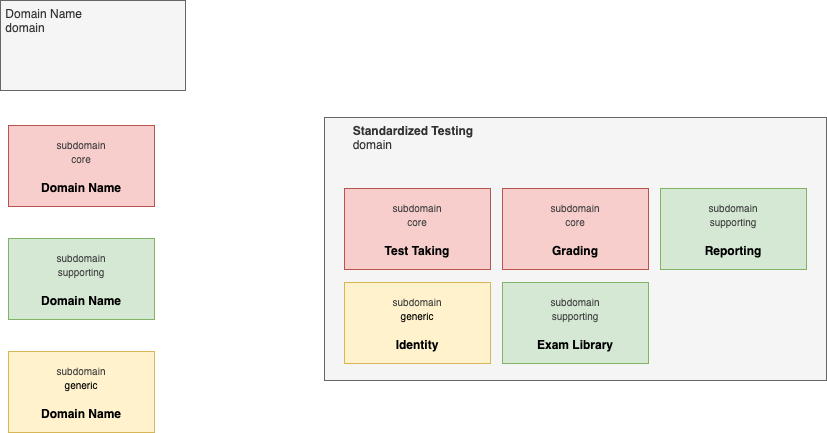
cooperlutz/go-full keeps this draw.io diagram as docs/docs/domain_modelling/_img/kata_subdomains.drawio.png. Above is the earlier version. Source tidied: cells renumbered, new cells last; positions are measured from the earlier drawing's top-left corner, leaving out a move shared by most shapes. Its diagram source:
```xml
<mxGraphModel>
  <root>
    <mxCell id="0" />
    <mxCell id="1" parent="0" />
    <mxCell id="2" value="&lt;b&gt;&lt;span style=&quot;white-space: pre;&quot;&gt;&#9;&lt;/span&gt;Standardized Testing&lt;/b&gt;&lt;div&gt;&lt;span style=&quot;white-space: pre;&quot;&gt;&#9;&lt;/span&gt;domain&lt;/div&gt;" style="rounded=0;whiteSpace=wrap;html=1;align=left;verticalAlign=top;fillColor=#f5f5f5;strokeColor=#666666;fontColor=#333333;" parent="1" vertex="1">
      <mxGeometry x="324" y="117" width="502" height="263" as="geometry" />
    </mxCell>
    <mxCell id="3" value="&lt;div&gt;&lt;span style=&quot;color: rgb(63, 63, 63);&quot;&gt;&lt;font style=&quot;font-size: 10px;&quot;&gt;subdomain&lt;/font&gt;&lt;/span&gt;&lt;/div&gt;&lt;div&gt;&lt;span style=&quot;color: rgb(63, 63, 63);&quot;&gt;&lt;font style=&quot;font-size: 10px;&quot;&gt;core&lt;/font&gt;&lt;/span&gt;&lt;/div&gt;&lt;div&gt;&lt;span style=&quot;color: rgb(63, 63, 63);&quot;&gt;&lt;br&gt;&lt;/span&gt;&lt;/div&gt;&lt;b&gt;Test Taking&lt;/b&gt;" style="rounded=0;whiteSpace=wrap;html=1;fillColor=#f8cecc;strokeColor=#b85450;" parent="1" vertex="1">
      <mxGeometry x="344" y="188" width="146" height="81" as="geometry" />
    </mxCell>
    <mxCell id="4" value="&lt;div&gt;&lt;span style=&quot;color: rgb(63, 63, 63);&quot;&gt;&lt;font style=&quot;font-size: 10px;&quot;&gt;subdomain&lt;/font&gt;&lt;/span&gt;&lt;/div&gt;&lt;div&gt;&lt;span style=&quot;color: rgb(63, 63, 63);&quot;&gt;&lt;font style=&quot;font-size: 10px;&quot;&gt;core&lt;/font&gt;&lt;/span&gt;&lt;/div&gt;&lt;div&gt;&lt;span style=&quot;color: rgb(63, 63, 63);&quot;&gt;&lt;br&gt;&lt;/span&gt;&lt;/div&gt;&lt;b&gt;Grading&lt;/b&gt;" style="rounded=0;whiteSpace=wrap;html=1;fillColor=#f8cecc;strokeColor=#b85450;" parent="1" vertex="1">
      <mxGeometry x="502" y="188" width="146" height="81" as="geometry" />
    </mxCell>
    <mxCell id="5" value="&lt;div&gt;&lt;span style=&quot;color: rgb(63, 63, 63);&quot;&gt;&lt;font style=&quot;font-size: 10px;&quot;&gt;subdomain&lt;/font&gt;&lt;/span&gt;&lt;/div&gt;&lt;div&gt;&lt;span style=&quot;color: rgb(63, 63, 63);&quot;&gt;&lt;font style=&quot;font-size: 10px;&quot;&gt;supporting&lt;/font&gt;&lt;/span&gt;&lt;/div&gt;&lt;div&gt;&lt;span style=&quot;color: rgb(63, 63, 63);&quot;&gt;&lt;br&gt;&lt;/span&gt;&lt;/div&gt;&lt;b&gt;Reporting&lt;/b&gt;" style="rounded=0;whiteSpace=wrap;html=1;fillColor=#d5e8d4;strokeColor=#82b366;" parent="1" vertex="1">
      <mxGeometry x="660" y="188" width="146" height="81" as="geometry" />
    </mxCell>
    <mxCell id="6" value="&lt;div&gt;&lt;span style=&quot;color: rgb(63, 63, 63);&quot;&gt;&lt;font style=&quot;font-size: 10px;&quot;&gt;subdomain&lt;/font&gt;&lt;/span&gt;&lt;/div&gt;&lt;div&gt;&lt;span style=&quot;font-size: 10px;&quot;&gt;generic&lt;/span&gt;&lt;/div&gt;&lt;div&gt;&lt;span style=&quot;color: rgb(63, 63, 63);&quot;&gt;&lt;br&gt;&lt;/span&gt;&lt;/div&gt;&lt;b&gt;Identity&lt;/b&gt;" style="rounded=0;whiteSpace=wrap;html=1;fillColor=#fff2cc;strokeColor=#d6b656;" parent="1" vertex="1">
      <mxGeometry x="344" y="282" width="146" height="81" as="geometry" />
    </mxCell>
    <mxCell id="7" value="&lt;div&gt;&lt;span style=&quot;color: rgb(63, 63, 63);&quot;&gt;&lt;font style=&quot;font-size: 10px;&quot;&gt;subdomain&lt;/font&gt;&lt;/span&gt;&lt;/div&gt;&lt;div&gt;&lt;span style=&quot;color: rgb(63, 63, 63);&quot;&gt;&lt;font style=&quot;font-size: 10px;&quot;&gt;core&lt;/font&gt;&lt;/span&gt;&lt;/div&gt;&lt;div&gt;&lt;span style=&quot;color: rgb(63, 63, 63);&quot;&gt;&lt;br&gt;&lt;/span&gt;&lt;/div&gt;&lt;b&gt;Domain Name&lt;/b&gt;" style="rounded=0;whiteSpace=wrap;html=1;fillColor=#f8cecc;strokeColor=#b85450;" parent="1" vertex="1">
      <mxGeometry x="8" y="125" width="146" height="81" as="geometry" />
    </mxCell>
    <mxCell id="8" value="&lt;div&gt;&lt;span style=&quot;color: rgb(63, 63, 63);&quot;&gt;&lt;font style=&quot;font-size: 10px;&quot;&gt;subdomain&lt;/font&gt;&lt;/span&gt;&lt;/div&gt;&lt;div&gt;&lt;span style=&quot;color: rgb(63, 63, 63);&quot;&gt;&lt;font style=&quot;font-size: 10px;&quot;&gt;supporting&lt;/font&gt;&lt;/span&gt;&lt;/div&gt;&lt;div&gt;&lt;span style=&quot;color: rgb(63, 63, 63);&quot;&gt;&lt;br&gt;&lt;/span&gt;&lt;/div&gt;&lt;span style=&quot;color: rgb(0, 0, 0);&quot;&gt;&lt;b&gt;Domain Name&lt;/b&gt;&lt;/span&gt;" style="rounded=0;whiteSpace=wrap;html=1;fillColor=#d5e8d4;strokeColor=#82b366;" parent="1" vertex="1">
      <mxGeometry x="8" y="238" width="146" height="81" as="geometry" />
    </mxCell>
    <mxCell id="9" value="&amp;nbsp;Domain Name&lt;br&gt;&lt;div&gt;&amp;nbsp;domain&lt;/div&gt;" style="rounded=0;whiteSpace=wrap;html=1;align=left;verticalAlign=top;fillColor=#f5f5f5;strokeColor=#666666;fontColor=#333333;" parent="1" vertex="1">
      <mxGeometry width="185" height="90" as="geometry" />
    </mxCell>
    <mxCell id="10" value="&lt;div&gt;&lt;span style=&quot;color: rgb(63, 63, 63);&quot;&gt;&lt;font style=&quot;font-size: 10px;&quot;&gt;subdomain&lt;/font&gt;&lt;/span&gt;&lt;/div&gt;&lt;div&gt;&lt;span style=&quot;font-size: 10px;&quot;&gt;generic&lt;/span&gt;&lt;/div&gt;&lt;div&gt;&lt;span style=&quot;color: rgb(63, 63, 63);&quot;&gt;&lt;br&gt;&lt;/span&gt;&lt;/div&gt;&lt;span style=&quot;color: rgb(0, 0, 0);&quot;&gt;&lt;b&gt;Domain Name&lt;/b&gt;&lt;/span&gt;" style="rounded=0;whiteSpace=wrap;html=1;fillColor=#fff2cc;strokeColor=#d6b656;" parent="1" vertex="1">
      <mxGeometry x="8" y="351" width="146" height="81" as="geometry" />
    </mxCell>
    <mxCell id="11" value="&lt;div&gt;&lt;span style=&quot;color: rgb(63, 63, 63);&quot;&gt;&lt;font style=&quot;font-size: 10px;&quot;&gt;subdomain&lt;/font&gt;&lt;/span&gt;&lt;/div&gt;&lt;div&gt;&lt;span style=&quot;color: rgb(63, 63, 63);&quot;&gt;&lt;font style=&quot;font-size: 10px;&quot;&gt;supporting&lt;/font&gt;&lt;/span&gt;&lt;/div&gt;&lt;div&gt;&lt;span style=&quot;color: rgb(63, 63, 63);&quot;&gt;&lt;br&gt;&lt;/span&gt;&lt;/div&gt;&lt;b&gt;Exam Library&lt;/b&gt;" style="rounded=0;whiteSpace=wrap;html=1;fillColor=#d5e8d4;strokeColor=#82b366;" parent="1" vertex="1">
      <mxGeometry x="502" y="282" width="146" height="81" as="geometry" />
    </mxCell>
  </root>
</mxGraphModel>
```
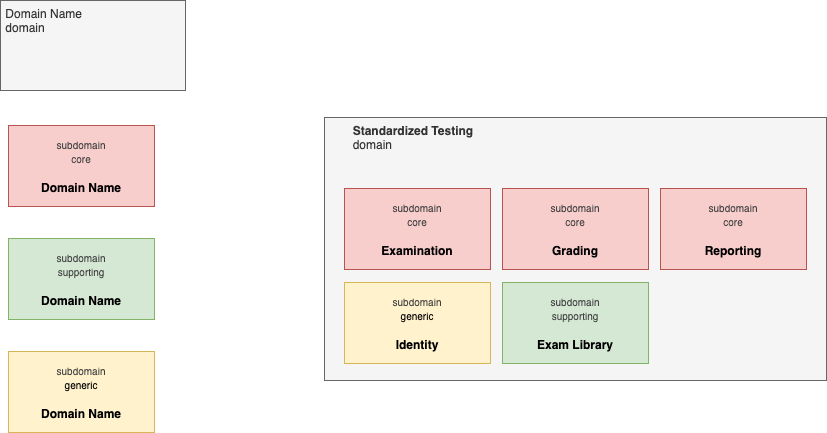
Above is the later version.

What changed in the source:
```diff
@@ -5,13 +5,13 @@
     <mxCell id="2" value="&lt;b&gt;&lt;span style=&quot;white-space: pre;&quot;&gt;&#9;&lt;/span&gt;Standardized Testing&lt;/b&gt;&lt;div&gt;&lt;span style=&quot;white-space: pre;&quot;&gt;&#9;&lt;/span&gt;domain&lt;/div&gt;" style="rounded=0;whiteSpace=wrap;html=1;align=left;verticalAlign=top;fillColor=#f5f5f5;strokeColor=#666666;fontColor=#333333;" parent="1" vertex="1">
       <mxGeometry x="324" y="117" width="502" height="263" as="geometry" />
     </mxCell>
-    <mxCell id="3" value="&lt;div&gt;&lt;span style=&quot;color: rgb(63, 63, 63);&quot;&gt;&lt;font style=&quot;font-size: 10px;&quot;&gt;subdomain&lt;/font&gt;&lt;/span&gt;&lt;/div&gt;&lt;div&gt;&lt;span style=&quot;color: rgb(63, 63, 63);&quot;&gt;&lt;font style=&quot;font-size: 10px;&quot;&gt;core&lt;/font&gt;&lt;/span&gt;&lt;/div&gt;&lt;div&gt;&lt;span style=&quot;color: rgb(63, 63, 63);&quot;&gt;&lt;br&gt;&lt;/span&gt;&lt;/div&gt;&lt;b&gt;Test Taking&lt;/b&gt;" style="rounded=0;whiteSpace=wrap;html=1;fillColor=#f8cecc;strokeColor=#b85450;" parent="1" vertex="1">
+    <mxCell id="3" value="&lt;div&gt;&lt;span style=&quot;color: rgb(63, 63, 63);&quot;&gt;&lt;font style=&quot;font-size: 10px;&quot;&gt;subdomain&lt;/font&gt;&lt;/span&gt;&lt;/div&gt;&lt;div&gt;&lt;span style=&quot;color: rgb(63, 63, 63);&quot;&gt;&lt;font style=&quot;font-size: 10px;&quot;&gt;core&lt;/font&gt;&lt;/span&gt;&lt;/div&gt;&lt;div&gt;&lt;span style=&quot;color: rgb(63, 63, 63);&quot;&gt;&lt;br&gt;&lt;/span&gt;&lt;/div&gt;&lt;b&gt;Examination&lt;/b&gt;" style="rounded=0;whiteSpace=wrap;html=1;fillColor=#f8cecc;strokeColor=#b85450;" parent="1" vertex="1">
       <mxGeometry x="344" y="188" width="146" height="81" as="geometry" />
     </mxCell>
     <mxCell id="4" value="&lt;div&gt;&lt;span style=&quot;color: rgb(63, 63, 63);&quot;&gt;&lt;font style=&quot;font-size: 10px;&quot;&gt;subdomain&lt;/font&gt;&lt;/span&gt;&lt;/div&gt;&lt;div&gt;&lt;span style=&quot;color: rgb(63, 63, 63);&quot;&gt;&lt;font style=&quot;font-size: 10px;&quot;&gt;core&lt;/font&gt;&lt;/span&gt;&lt;/div&gt;&lt;div&gt;&lt;span style=&quot;color: rgb(63, 63, 63);&quot;&gt;&lt;br&gt;&lt;/span&gt;&lt;/div&gt;&lt;b&gt;Grading&lt;/b&gt;" style="rounded=0;whiteSpace=wrap;html=1;fillColor=#f8cecc;strokeColor=#b85450;" parent="1" vertex="1">
       <mxGeometry x="502" y="188" width="146" height="81" as="geometry" />
     </mxCell>
-    <mxCell id="5" value="&lt;div&gt;&lt;span style=&quot;color: rgb(63, 63, 63);&quot;&gt;&lt;font style=&quot;font-size: 10px;&quot;&gt;subdomain&lt;/font&gt;&lt;/span&gt;&lt;/div&gt;&lt;div&gt;&lt;span style=&quot;color: rgb(63, 63, 63);&quot;&gt;&lt;font style=&quot;font-size: 10px;&quot;&gt;supporting&lt;/font&gt;&lt;/span&gt;&lt;/div&gt;&lt;div&gt;&lt;span style=&quot;color: rgb(63, 63, 63);&quot;&gt;&lt;br&gt;&lt;/span&gt;&lt;/div&gt;&lt;b&gt;Reporting&lt;/b&gt;" style="rounded=0;whiteSpace=wrap;html=1;fillColor=#d5e8d4;strokeColor=#82b366;" parent="1" vertex="1">
+    <mxCell id="5" value="&lt;div&gt;&lt;span style=&quot;color: rgb(63, 63, 63);&quot;&gt;&lt;font style=&quot;font-size: 10px;&quot;&gt;subdomain&lt;/font&gt;&lt;/span&gt;&lt;/div&gt;&lt;div&gt;&lt;span style=&quot;color: rgb(63, 63, 63);&quot;&gt;&lt;font style=&quot;font-size: 10px;&quot;&gt;core&lt;/font&gt;&lt;/span&gt;&lt;/div&gt;&lt;div&gt;&lt;span style=&quot;color: rgb(63, 63, 63);&quot;&gt;&lt;br&gt;&lt;/span&gt;&lt;/div&gt;&lt;b&gt;Reporting&lt;/b&gt;" style="rounded=0;whiteSpace=wrap;html=1;fillColor=#f8cecc;strokeColor=#b85450;" parent="1" vertex="1">
       <mxGeometry x="660" y="188" width="146" height="81" as="geometry" />
     </mxCell>
     <mxCell id="6" value="&lt;div&gt;&lt;span style=&quot;color: rgb(63, 63, 63);&quot;&gt;&lt;font style=&quot;font-size: 10px;&quot;&gt;subdomain&lt;/font&gt;&lt;/span&gt;&lt;/div&gt;&lt;div&gt;&lt;span style=&quot;font-size: 10px;&quot;&gt;generic&lt;/span&gt;&lt;/div&gt;&lt;div&gt;&lt;span style=&quot;color: rgb(63, 63, 63);&quot;&gt;&lt;br&gt;&lt;/span&gt;&lt;/div&gt;&lt;b&gt;Identity&lt;/b&gt;" style="rounded=0;whiteSpace=wrap;html=1;fillColor=#fff2cc;strokeColor=#d6b656;" parent="1" vertex="1">
```
